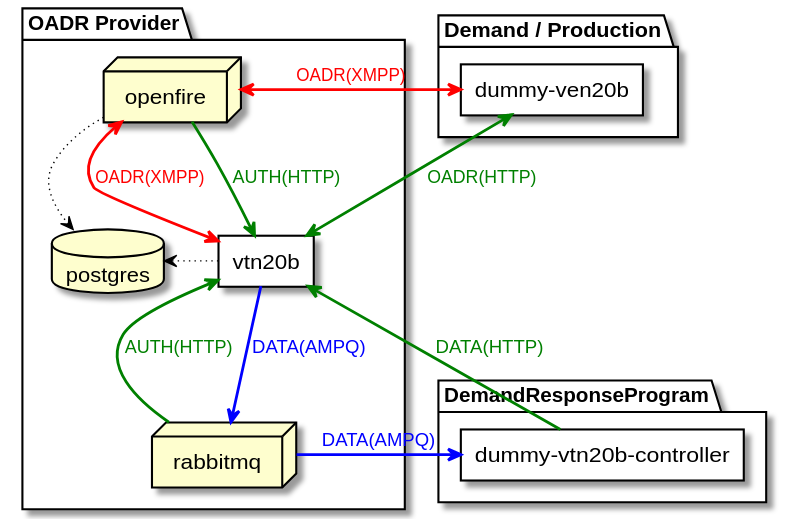
This is demo_component_diagram.svg from avob/OpenADR, a PlantUML export, as it was before one commit.
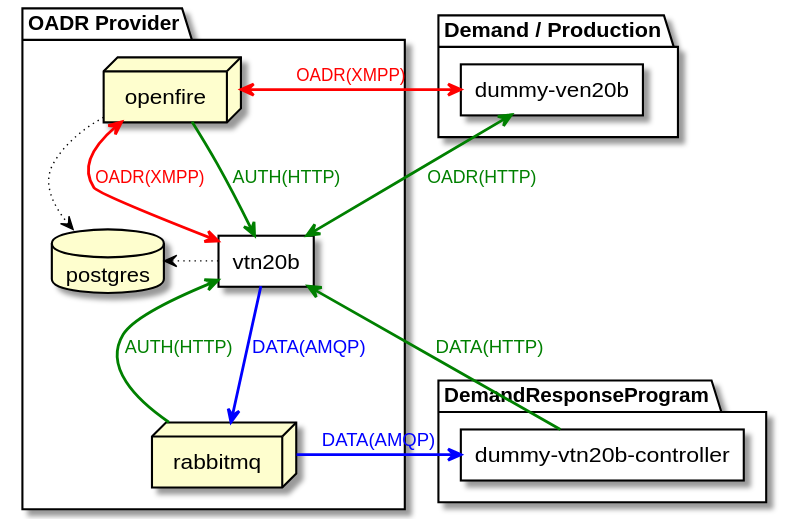
Above is the later version.

Commit message:
demo with xmpp xmlsignature dummy ven

Change to the diagram source:
```diff
@@ -18,13 +18,13 @@
 
 vtn <-up-> openfire #line:red;line.bold;text:red  : OADR(XMPP)
 openfire -> vtn #green;line.bold;text:green : AUTH(HTTP)
-vtn -down-> rabbitmq #blue;line.bold;text:blue   : DATA(AMPQ)
+vtn -down-> rabbitmq #blue;line.bold;text:blue   : DATA(AMQP)
 dummyVen <--> vtn #green;line.bold;text:green : OADR(HTTP)
 dummyVen <-> openfire #line:red;line.bold;text:red  : OADR(XMPP)
 openfire -> postgres #black;line.dotted;text:black
 vtn -> postgres #black;line.dotted;text:black
 rabbitmq -down-> vtn #green;line.bold;text:green : AUTH(HTTP)
 dummyVtnController -up-> vtn #green;line.bold;text:green : DATA(HTTP)
-dummyVtnController <-- rabbitmq #blue;line.bold;text:blue   : DATA(AMPQ)
+dummyVtnController <-- rabbitmq #blue;line.bold;text:blue   : DATA(AMQP)
 
 @enduml
```
